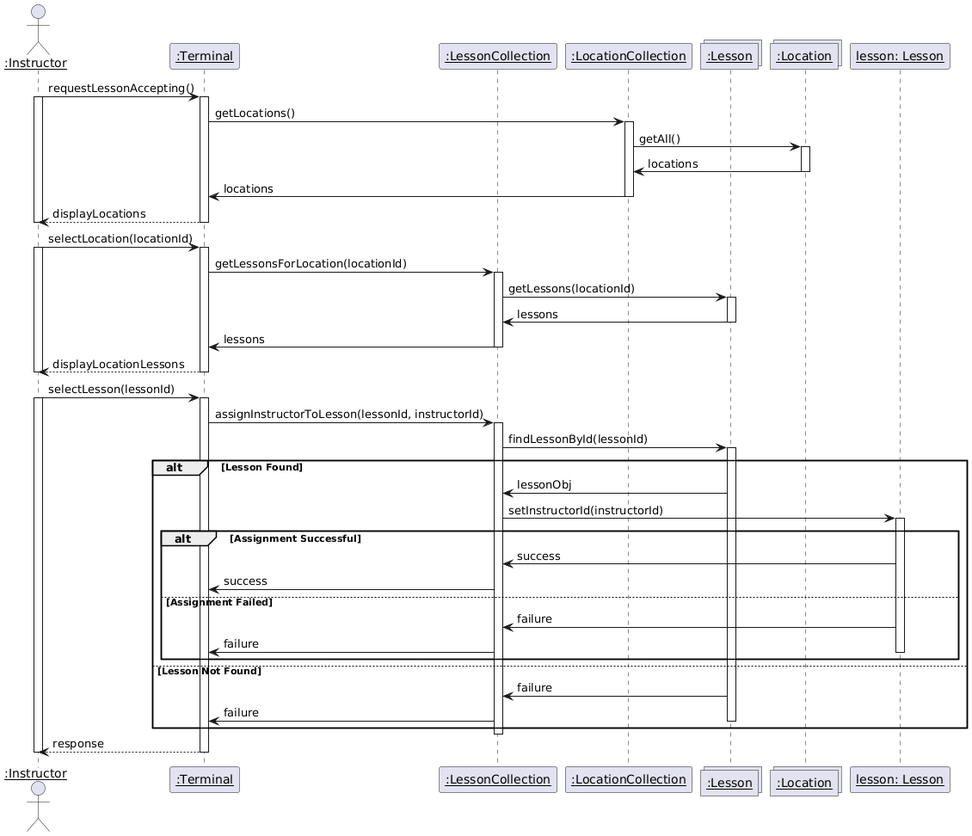
Before: iterationDeliverables/iteration-2/InteractionDiagrams/Images/Instructor-AcceptOffering.png, a diagram exported from PlantUML (Niravanaa/Alouer-SOEN342).
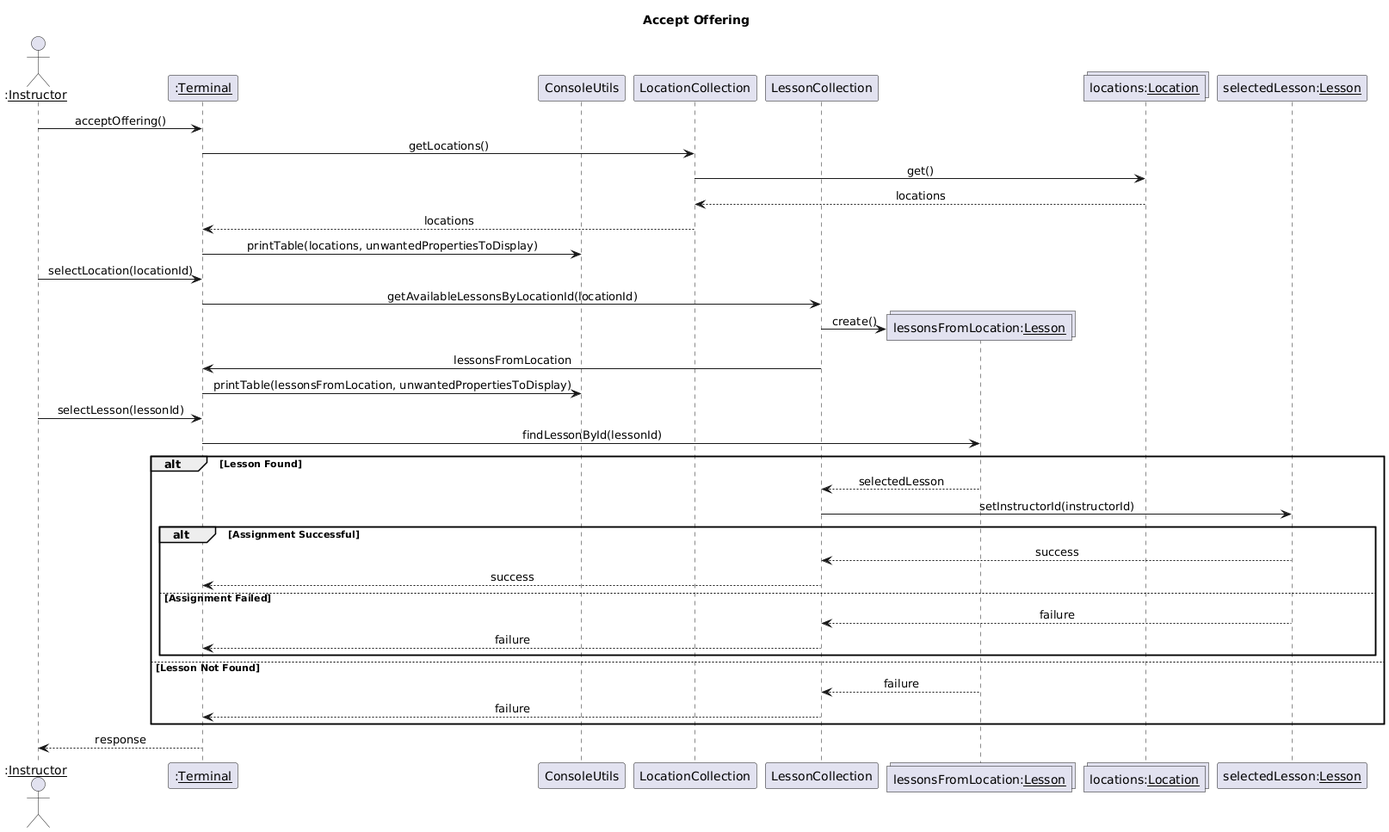
After the change.

Commit message:
docs: update Instructor acceptOffering Sequence Diagram

Change to the diagram source:
```diff
@@ -1,69 +1,50 @@
 @startuml
-actor "<u>:Instructor" as instructor
-participant "<u>:Terminal" as terminal
-participant "<u>:LessonCollection" as lessonCollection
-participant "<u>:LocationCollection" as locationCollection
-collections "<u>:Lesson" as lessons
-collections "<u>:Location" as locations
-participant "<u>lesson: Lesson" as lessonObj
+title Accept Offering
+skinparam sequenceMessageAlignment center
 
-instructor -> terminal : requestLessonAccepting()
-activate instructor
-activate terminal
+
+actor ":<u>Instructor" as instructor
+participant ":<u>Terminal" as terminal
+participant "ConsoleUtils" as cUtil
+participant "LocationCollection" as locationCollection
+participant "LessonCollection" as lessonCollection
+collections "lessonsFromLocation:<u>Lesson" as lessonsFromLocation
+collections "locations:<u>Location" as locations
+participant "selectedLesson:<u>Lesson" as selectedLesson
+
+instructor -> terminal : acceptOffering()
 terminal -> locationCollection : getLocations()
-activate locationCollection
-locationCollection -> locations : getAll()
-activate locations
-locations -> locationCollection : locations
-deactivate locations
-locationCollection -> terminal : locations
-deactivate locationCollection
-terminal --> instructor: displayLocations
-deactivate instructor
-deactivate terminal
+locationCollection -> locations : get()
+locations --> locationCollection : locations
+locationCollection --> terminal : locations
+terminal -> cUtil : printTable(locations, unwantedPropertiesToDisplay)
 
 instructor -> terminal : selectLocation(locationId)
-activate instructor
-activate terminal
-terminal -> lessonCollection : getLessonsForLocation(locationId)
-activate lessonCollection
-lessonCollection -> lessons : getLessons(locationId)
-activate lessons
-lessons -> lessonCollection : lessons
-deactivate lessons
-lessonCollection -> terminal : lessons
-deactivate lessonCollection
-terminal --> instructor: displayLocationLessons
-deactivate terminal
-deactivate instructor
+terminal -> lessonCollection : getAvailableLessonsByLocationId(locationId)
+lessonCollection -> lessonsFromLocation ** : create()
+lessonCollection -> terminal : lessonsFromLocation
+terminal -> cUtil : printTable(lessonsFromLocation, unwantedPropertiesToDisplay)
 
 instructor -> terminal : selectLesson(lessonId)
-activate terminal
-activate instructor
-terminal -> lessonCollection : assignInstructorToLesson(lessonId, instructorId)
-activate lessonCollection
+terminal -> lessonsFromLocation : findLessonById(lessonId)
 
-lessonCollection -> lessons : findLessonById(lessonId)
-activate lessons
 alt Lesson Found
-    lessons -> lessonCollection : lessonObj
-    lessonCollection -> lessonObj : setInstructorId(instructorId)
-    activate lessonObj
-    alt Assignment Successful
-        lessonObj -> lessonCollection : success
-        lessonCollection -> terminal : success
-    else Assignment Failed
-        lessonObj -> lessonCollection : failure
-        lessonCollection -> terminal : failure
-    deactivate lessonObj
-    end
+  lessonsFromLocation --> lessonCollection : selectedLesson
+  lessonCollection -> selectedLesson : setInstructorId(instructorId)
+
+  alt Assignment Successful
+    selectedLesson --> lessonCollection : success
+    lessonCollection --> terminal : success
+  else Assignment Failed
+    selectedLesson --> lessonCollection : failure
+    lessonCollection --> terminal : failure
+  end
+
 else Lesson Not Found
-    lessons -> lessonCollection : failure
-    lessonCollection -> terminal : failure
-deactivate lessons
+  lessonsFromLocation --> lessonCollection : failure
+  lessonCollection --> terminal : failure
+
 end
-deactivate lessonCollection
+
 terminal --> instructor : response
-deactivate terminal
-deactivate instructor
 @enduml
```
